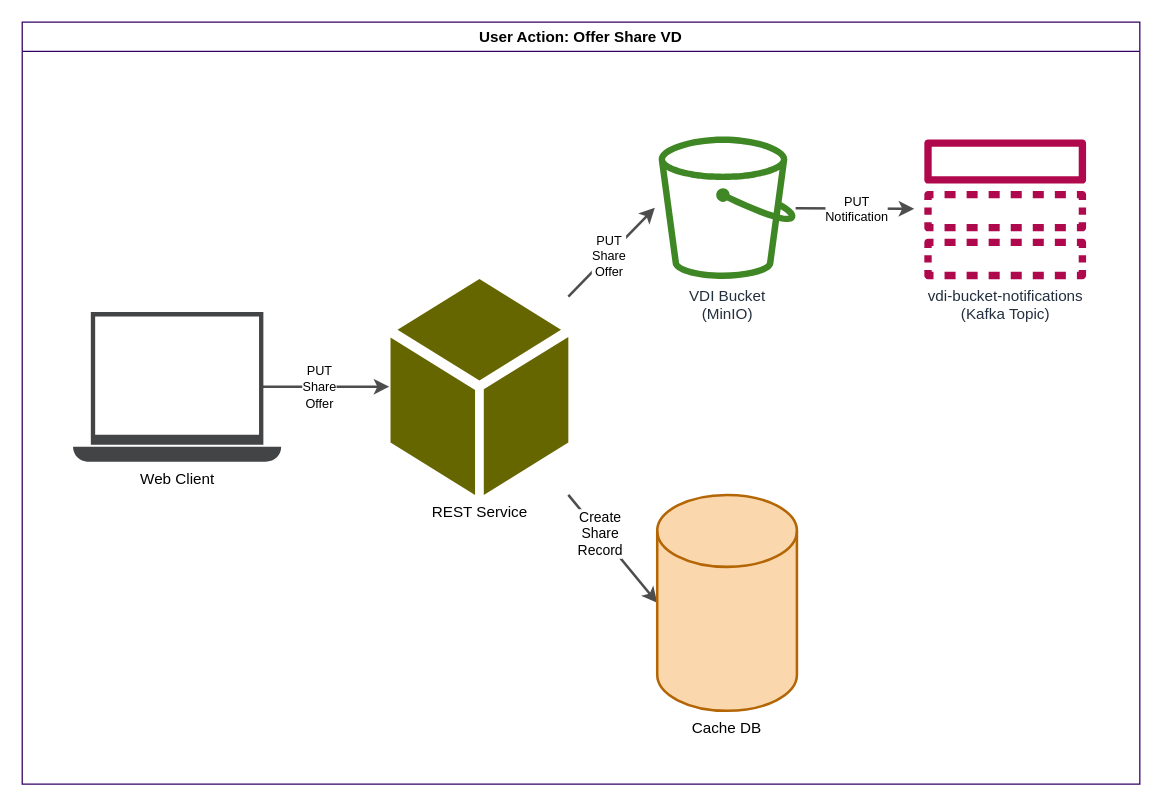
Before: page "user-action-share-offer" (6 of 10) of docs/design/1.0/diagrams/vdi.drawio in VEuPathDB/VDI, a draw.io diagram. Source tidied: cells renumbered, new cells numbered last; positions are measured from the earlier drawing's top-left corner, leaving out a move shared by most shapes. Both pictures are drawn from the tidied source at 127%, with x=0, y=0 at pixel (22, 22).
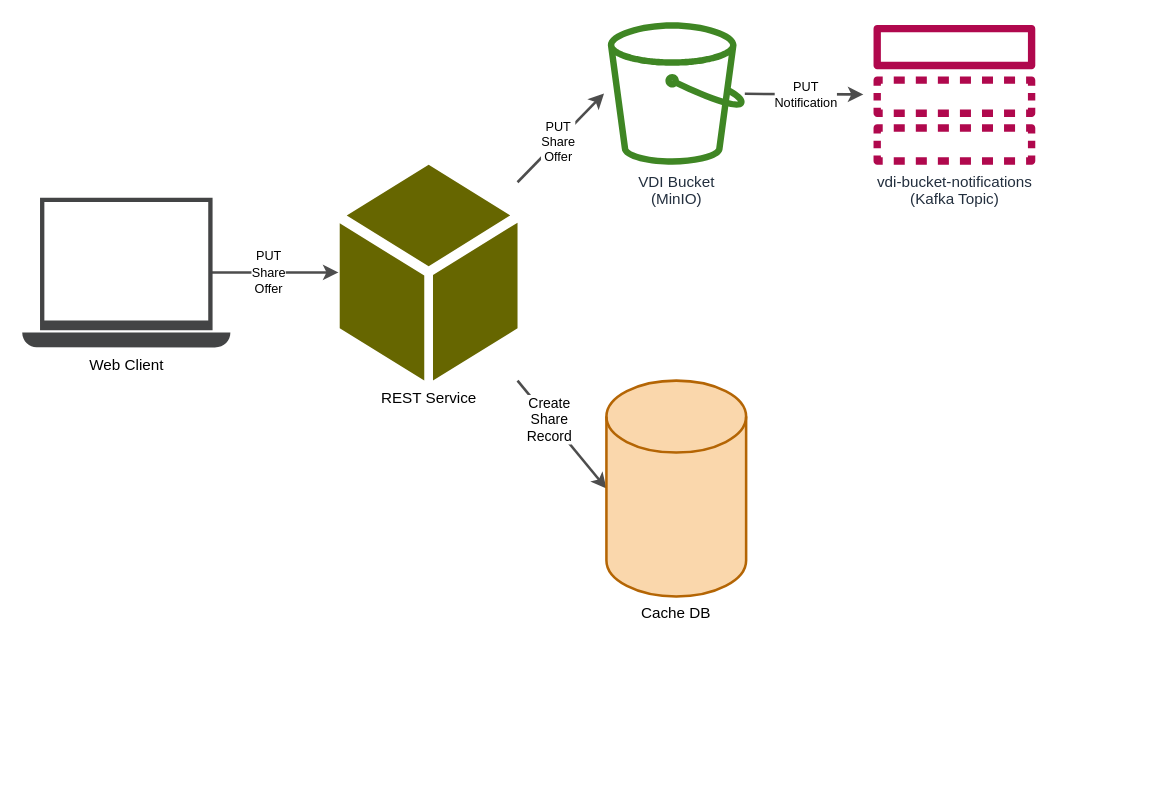
After the change.

The edit, as a diff of the source:
```diff
@@
 <mxGraphModel>
   <root>
     <mxCell id="0" />
     <mxCell id="1" parent="0" />
-    <mxCell id="2" value="User Action: Offer Share VD" style="swimlane;whiteSpace=wrap;html=1;strokeColor=#330066;" parent="1" vertex="1">
-      <mxGeometry width="880" height="600" as="geometry" />
-    </mxCell>
-    <mxCell id="3" style="edgeStyle=none;rounded=0;orthogonalLoop=1;jettySize=auto;html=1;strokeColor=#4D4D4D;strokeWidth=2;targetPerimeterSpacing=8;" parent="2" edge="1">
-      <mxGeometry relative="1" as="geometry">
-        <mxPoint x="189" y="287" as="sourcePoint" />
-        <mxPoint x="289" y="287" as="targetPoint" />
-      </mxGeometry>
-    </mxCell>
+    <mxCell id="16" style="edgeStyle=none;rounded=0;orthogonalLoop=1;jettySize=auto;html=1;strokeColor=#4D4D4D;strokeWidth=2;targetPerimeterSpacing=8;" parent="1" edge="1">
+      <mxGeometry relative="1" as="geometry">
+        <mxPoint x="149" y="197" as="sourcePoint" />
+        <mxPoint x="249" y="197" as="targetPoint" />
+      </mxGeometry>
+    </mxCell>
-    <mxCell id="4" value="&lt;div&gt;&lt;span style=&quot;font-size: 10px;&quot;&gt;PUT&lt;/span&gt;&lt;/div&gt;&lt;div&gt;&lt;span style=&quot;font-size: 10px;&quot;&gt;Share&lt;/span&gt;&lt;/div&gt;&lt;div&gt;&lt;span style=&quot;font-size: 10px;&quot;&gt;Offer&lt;/span&gt;&lt;/div&gt;" style="edgeLabel;html=1;align=center;verticalAlign=middle;" parent="3" vertex="1">
+    <mxCell id="4" value="&lt;div&gt;&lt;span style=&quot;font-size: 10px;&quot;&gt;PUT&lt;/span&gt;&lt;/div&gt;&lt;div&gt;&lt;span style=&quot;font-size: 10px;&quot;&gt;Share&lt;/span&gt;&lt;/div&gt;&lt;div&gt;&lt;span style=&quot;font-size: 10px;&quot;&gt;Offer&lt;/span&gt;&lt;/div&gt;" style="edgeLabel;html=1;align=center;verticalAlign=middle;" parent="16" vertex="1">
       <mxGeometry x="-0.13" y="1" relative="1" as="geometry" />
     </mxCell>
-    <mxCell id="5" value="Web Client" style="sketch=0;shadow=0;dashed=0;html=1;strokeColor=none;fillColor=#434445;labelPosition=center;verticalLabelPosition=bottom;verticalAlign=top;align=center;shape=mxgraph.vvd.laptop;" parent="2" vertex="1">
-      <mxGeometry x="40" y="228.2" width="163.9" height="118" as="geometry" />
+    <mxCell id="5" value="Web Client" style="sketch=0;shadow=0;dashed=0;html=1;strokeColor=none;fillColor=#434445;labelPosition=center;verticalLabelPosition=bottom;verticalAlign=top;align=center;shape=mxgraph.vvd.laptop;" parent="1" vertex="1">
+      <mxGeometry y="138.2" width="163.9" height="118" as="geometry" />
     </mxCell>
-    <mxCell id="6" style="rounded=0;orthogonalLoop=1;jettySize=auto;html=1;strokeColor=#4D4D4D;strokeWidth=2;targetPerimeterSpacing=8;" parent="2" edge="1">
-      <mxGeometry relative="1" as="geometry">
-        <mxPoint x="430" y="216" as="sourcePoint" />
-        <mxPoint x="498.1" y="146.1" as="targetPoint" />
-      </mxGeometry>
-    </mxCell>
+    <mxCell id="17" style="rounded=0;orthogonalLoop=1;jettySize=auto;html=1;strokeColor=#4D4D4D;strokeWidth=2;targetPerimeterSpacing=8;" parent="1" edge="1">
+      <mxGeometry relative="1" as="geometry">
+        <mxPoint x="390" y="126" as="sourcePoint" />
+        <mxPoint x="458.1" y="56.1" as="targetPoint" />
+      </mxGeometry>
+    </mxCell>
-    <mxCell id="7" value="&lt;div&gt;PUT&lt;/div&gt;&lt;div&gt;Share&lt;br&gt;&lt;/div&gt;&lt;div&gt;Offer&lt;/div&gt;" style="edgeLabel;html=1;align=center;verticalAlign=middle;fontSize=10;" parent="6" vertex="1">
+    <mxCell id="7" value="&lt;div&gt;PUT&lt;/div&gt;&lt;div&gt;Share&lt;br&gt;&lt;/div&gt;&lt;div&gt;Offer&lt;/div&gt;" style="edgeLabel;html=1;align=center;verticalAlign=middle;fontSize=10;" parent="17" vertex="1">
       <mxGeometry x="-0.08" relative="1" as="geometry" />
     </mxCell>
-    <mxCell id="8" style="edgeStyle=none;rounded=0;jettySize=auto;html=1;strokeColor=#4D4D4D;strokeWidth=2;targetPerimeterSpacing=8;" parent="2" edge="1" source="10" target="11">
+    <mxCell id="8" style="edgeStyle=none;rounded=0;jettySize=auto;html=1;strokeColor=#4D4D4D;strokeWidth=2;targetPerimeterSpacing=8;" parent="1" edge="1" source="10" target="11">
       <mxGeometry relative="1" as="geometry" />
     </mxCell>
     <mxCell id="9" value="&lt;div&gt;PUT&lt;/div&gt;&lt;div&gt;Notification&lt;br&gt;&lt;/div&gt;" style="edgeLabel;html=1;align=center;verticalAlign=middle;fontSize=10;" parent="8" vertex="1">
       <mxGeometry x="-0.13" relative="1" as="geometry">
         <mxPoint x="7" as="offset" />
       </mxGeometry>
     </mxCell>
-    <mxCell id="10" value="VDI Bucket&lt;br&gt;(MinIO)" style="sketch=0;outlineConnect=0;fontColor=#232F3E;gradientColor=none;fillColor=#3F8624;strokeColor=none;dashed=0;verticalLabelPosition=bottom;verticalAlign=top;align=center;html=1;fontSize=12;fontStyle=0;shape=mxgraph.aws4.bucket;" parent="2" vertex="1">
-      <mxGeometry x="501.1" y="90" width="107.9" height="112.2" as="geometry" />
+    <mxCell id="10" value="VDI Bucket&lt;br&gt;(MinIO)" style="sketch=0;outlineConnect=0;fontColor=#232F3E;gradientColor=none;fillColor=#3F8624;strokeColor=none;dashed=0;verticalLabelPosition=bottom;verticalAlign=top;align=center;html=1;fontSize=12;fontStyle=0;shape=mxgraph.aws4.bucket;" parent="1" vertex="1">
+      <mxGeometry x="461.1" width="107.9" height="112.2" as="geometry" />
     </mxCell>
-    <mxCell id="11" value="vdi-bucket-notifications&lt;br&gt;(Kafka Topic)" style="sketch=0;outlineConnect=0;fontColor=#232F3E;gradientColor=none;fillColor=#B0084D;strokeColor=none;dashed=0;verticalLabelPosition=bottom;verticalAlign=top;align=center;html=1;fontSize=12;fontStyle=0;shape=mxgraph.aws4.topic;" parent="2" vertex="1">
-      <mxGeometry x="710" y="92.3" width="128" height="110" as="geometry" />
+    <mxCell id="11" value="vdi-bucket-notifications&lt;br&gt;(Kafka Topic)" style="sketch=0;outlineConnect=0;fontColor=#232F3E;gradientColor=none;fillColor=#B0084D;strokeColor=none;dashed=0;verticalLabelPosition=bottom;verticalAlign=top;align=center;html=1;fontSize=12;fontStyle=0;shape=mxgraph.aws4.topic;" parent="1" vertex="1">
+      <mxGeometry x="670" y="2.2" width="128" height="110" as="geometry" />
     </mxCell>
-    <mxCell id="12" style="edgeStyle=none;rounded=0;jettySize=auto;html=1;entryX=0;entryY=0.5;entryDx=0;entryDy=0;entryPerimeter=0;strokeColor=#4D4D4D;strokeWidth=2;" parent="2" edge="1" source="14" target="15">
+    <mxCell id="12" style="edgeStyle=none;rounded=0;jettySize=auto;html=1;entryX=0;entryY=0.5;entryDx=0;entryDy=0;entryPerimeter=0;strokeColor=#4D4D4D;strokeWidth=2;" parent="1" edge="1" source="14" target="15">
       <mxGeometry relative="1" as="geometry" />
     </mxCell>
     <mxCell id="13" value="Create&lt;br&gt;Share&lt;br&gt;Record" style="edgeLabel;html=1;align=center;verticalAlign=middle;" parent="12" vertex="1">
       <mxGeometry x="-0.29" y="-1" relative="1" as="geometry" />
     </mxCell>
-    <mxCell id="14" value="REST Service" style="sketch=0;shadow=0;dashed=0;html=1;strokeColor=none;fillColor=#666600;labelPosition=center;verticalLabelPosition=bottom;verticalAlign=top;outlineConnect=0;align=center;shape=mxgraph.office.concepts.node_generic;" parent="2" vertex="1">
-      <mxGeometry x="290" y="202.2" width="140" height="170" as="geometry" />
+    <mxCell id="14" value="REST Service" style="sketch=0;shadow=0;dashed=0;html=1;strokeColor=none;fillColor=#666600;labelPosition=center;verticalLabelPosition=bottom;verticalAlign=top;outlineConnect=0;align=center;shape=mxgraph.office.concepts.node_generic;" parent="1" vertex="1">
+      <mxGeometry x="250" y="112.2" width="140" height="170" as="geometry" />
     </mxCell>
-    <mxCell id="15" value="Cache DB" style="strokeWidth=2;html=1;shape=mxgraph.flowchart.database;whiteSpace=wrap;labelPosition=center;verticalLabelPosition=bottom;align=center;verticalAlign=top;fillColor=#fad7ac;strokeColor=#b46504;" parent="2" vertex="1">
-      <mxGeometry x="500" y="372.2" width="110" height="170" as="geometry" />
+    <mxCell id="15" value="Cache DB" style="strokeWidth=2;html=1;shape=mxgraph.flowchart.database;whiteSpace=wrap;labelPosition=center;verticalLabelPosition=bottom;align=center;verticalAlign=top;fillColor=#fad7ac;strokeColor=#b46504;" parent="1" vertex="1">
+      <mxGeometry x="460" y="282.2" width="110" height="170" as="geometry" />
     </mxCell>
   </root>
 </mxGraphModel>
```
